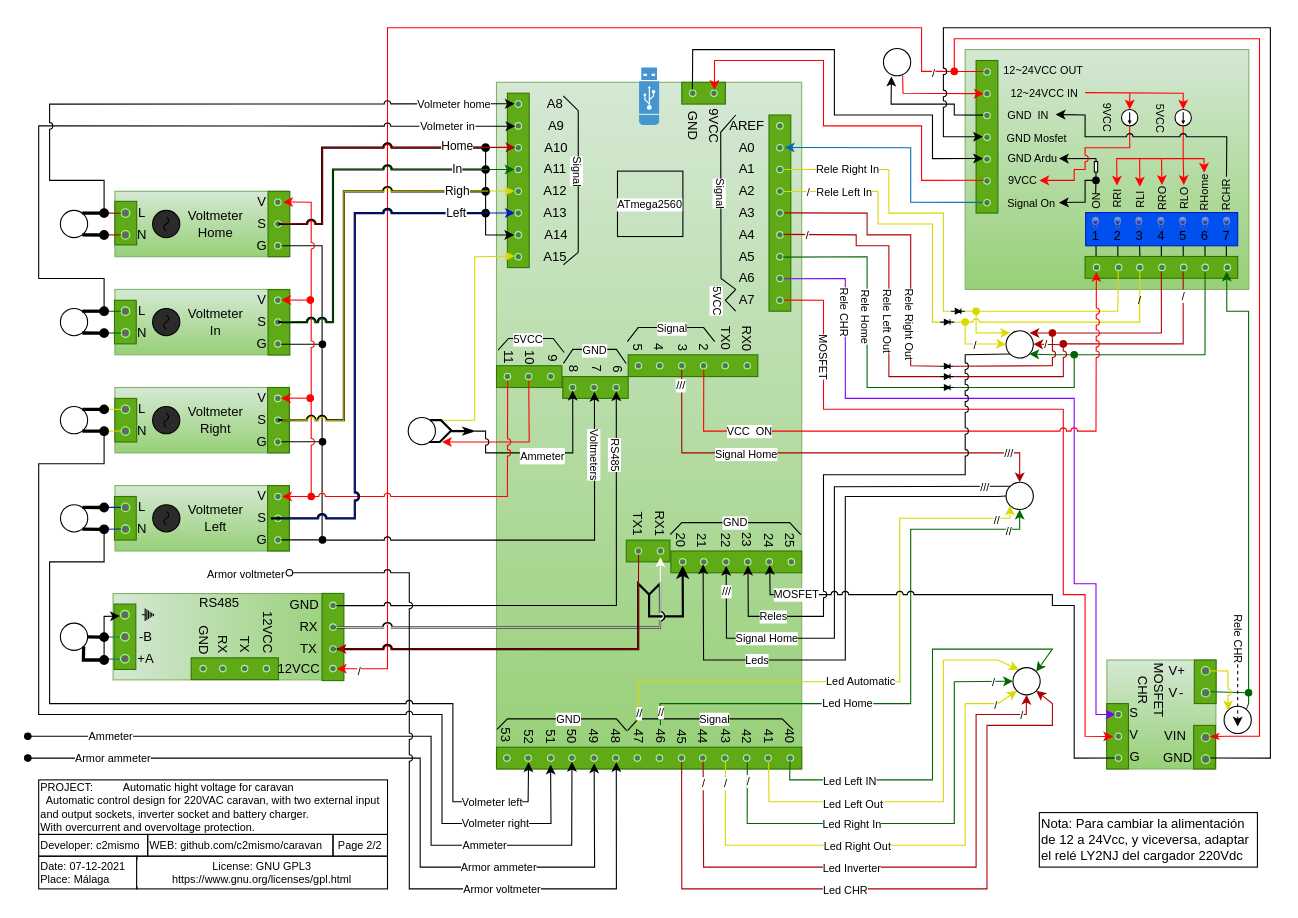
The draw.io diagram page "Página-2" (2 of 2) of high_voltage/documents/ElectricScheme/Electric_Scheme.drawio in c2mismo/caravan, before the edit. Source tidied: cells renumbered, new cells numbered last; positions are measured from the earlier drawing's top-left corner, leaving out a move shared by most shapes. Both pictures are drawn from the tidied source at 109%, with x=0, y=0 at pixel (27, 27).
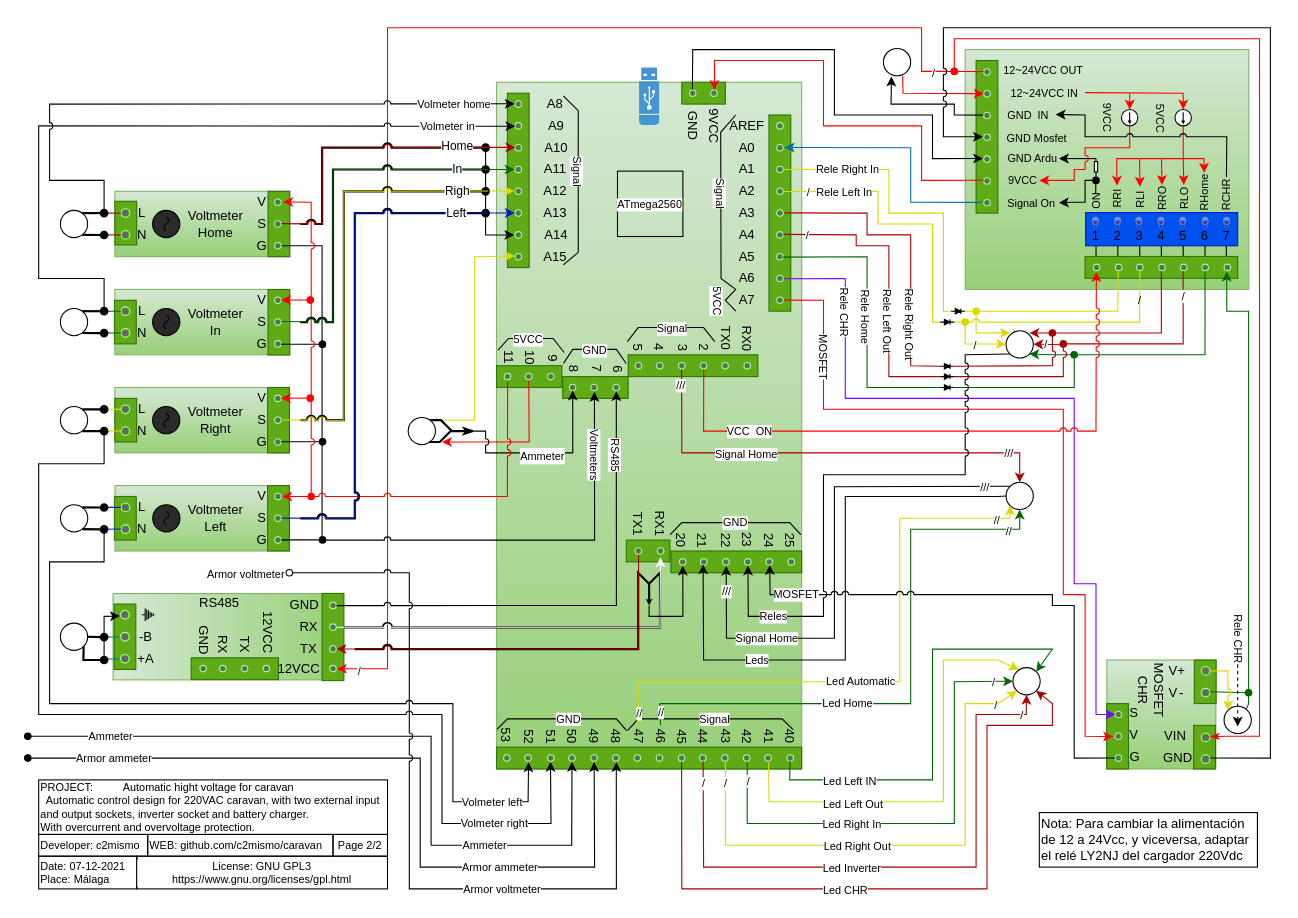
The same diagram, later.

Unchanged cells that the change refers to:
```xml
<mxCell id="68" style="dashed=0;labelPosition=right;align=left;shape=mxgraph.gmdl.radiobutton;strokeWidth=1;fontColor=#ffffff;strokeColor=#96FF9D;fillColor=#666666;" parent="1" vertex="1">
  <mxGeometry x="516.5" y="667" width="6" height="6" as="geometry" />
</mxCell>
<mxCell id="70" style="dashed=0;labelPosition=right;align=left;shape=mxgraph.gmdl.radiobutton;strokeWidth=1;fontColor=#ffffff;strokeColor=#96FF9D;fillColor=#666666;" parent="1" vertex="1">
  <mxGeometry x="476.8" y="667" width="6" height="6" as="geometry" />
</mxCell>
<mxCell id="84" style="dashed=0;labelPosition=right;align=left;shape=mxgraph.gmdl.radiobutton;strokeWidth=1;fontColor=#ffffff;strokeColor=#96FF9D;fillColor=#666666;" parent="1" vertex="1">
  <mxGeometry x="597.8" y="487" width="6" height="6" as="geometry" />
</mxCell>
<mxCell id="158" style="ellipse;whiteSpace=wrap;html=1;strokeColor=#000000;" parent="1" vertex="1">
  <mxGeometry x="29.9" y="546.2" width="25" height="25" as="geometry" />
</mxCell>
```

The edit, as a diff of the source:
```diff
@@
-    <mxCell id="401" style="endArrow=none;html=1;fontSize=10;startArrow=classic;startFill=1;rounded=0;endFill=0;strokeColor=#000000;jumpStyle=arc;fillColor=#1ba1e2;strokeWidth=2;exitX=0.494;exitY=1.071;exitDx=0;exitDy=0;exitPerimeter=0;" parent="1" edge="1" source="84">
+    <mxCell id="401" style="endArrow=none;html=1;fontSize=10;startArrow=classic;startFill=1;rounded=0;endFill=0;strokeColor=#000000;jumpStyle=arc;fillColor=#1ba1e2;strokeWidth=2;startSize=0;endSize=0;" parent="1" edge="1">
       <mxGeometry relative="1" as="geometry">
-        <mxPoint x="570" y="520" as="targetPoint" />
-        <Array as="points">
-          <mxPoint x="601" y="540" />
-          <mxPoint x="570" y="540" />
-        </Array>
+        <mxPoint x="570" y="530" as="sourcePoint" />
+        <mxPoint x="570" y="510" as="targetPoint" />
       </mxGeometry>
     </mxCell>
@@
     <mxCell id="413" style="endArrow=none;html=1;fontSize=10;startArrow=none;startFill=0;rounded=0;endFill=0;strokeColor=#000000;jumpStyle=arc;fillColor=#1ba1e2;strokeWidth=2;" parent="1" edge="1">
       <mxGeometry relative="1" as="geometry">
-        <mxPoint x="280" y="550" as="sourcePoint" />
-        <mxPoint x="580" y="510" as="targetPoint" />
+        <mxPoint x="290" y="550" as="sourcePoint" />
+        <mxPoint x="570" y="510" as="targetPoint" />
         <Array as="points">
           <mxPoint x="580" y="550" />
-          <mxPoint x="580" y="510" />
-          <mxPoint x="570" y="520" />
+          <mxPoint x="580" y="500" />
+          <mxPoint x="570" y="510" />
         </Array>
       </mxGeometry>
     </mxCell>
@@
-    <mxCell id="415" style="endArrow=none;html=1;fontSize=10;startArrow=none;startFill=0;rounded=0;endFill=0;strokeColor=#000000;jumpStyle=arc;fillColor=#1ba1e2;strokeWidth=2;" parent="1" edge="1">
+    <mxCell id="415" style="endArrow=none;html=1;fontSize=10;startArrow=none;startFill=0;rounded=0;endFill=0;strokeColor=#000000;jumpStyle=arc;fillColor=#1ba1e2;strokeWidth=2;startSize=4;endSize=4;" parent="1" edge="1">
       <mxGeometry relative="1" as="geometry">
-        <mxPoint x="280" y="570" as="sourcePoint" />
-        <mxPoint x="570" y="520" as="targetPoint" />
+        <mxPoint x="300" y="570" as="sourcePoint" />
+        <mxPoint x="570" y="510" as="targetPoint" />
         <Array as="points">
           <mxPoint x="560" y="570" />
-          <mxPoint x="560" y="510" />
-          <mxPoint x="570" y="520" />
+          <mxPoint x="560" y="500" />
+          <mxPoint x="570" y="510" />
         </Array>
       </mxGeometry>
     </mxCell>
@@
-    <mxCell id="436" style="endArrow=none;html=1;rounded=0;fontSize=12;fontColor=#FFFFFF;strokeColor=#000000;strokeWidth=3;endFill=0;startArrow=oval;startFill=1;" parent="1" edge="1">
+    <mxCell id="436" style="endArrow=none;html=1;rounded=0;fontSize=12;fontColor=#FFFFFF;strokeColor=#000000;strokeWidth=2;endFill=0;startArrow=oval;startFill=1;" parent="1" edge="1">
       <mxGeometry relative="1" as="geometry">
         <mxPoint x="70" y="440.1" as="sourcePoint" />
         <mxPoint x="50" y="440" as="targetPoint" />
       </mxGeometry>
     </mxCell>
-    <mxCell id="437" style="endArrow=none;html=1;rounded=0;fontSize=12;fontColor=#FFFFFF;strokeColor=#000000;strokeWidth=3;endFill=0;startArrow=oval;startFill=1;" parent="1" edge="1">
+    <mxCell id="437" style="endArrow=none;html=1;rounded=0;fontSize=12;fontColor=#FFFFFF;strokeColor=#000000;strokeWidth=2;endFill=0;startArrow=oval;startFill=1;" parent="1" edge="1">
       <mxGeometry relative="1" as="geometry">
         <mxPoint x="70" y="460.1" as="sourcePoint" />
         <mxPoint x="50" y="460" as="targetPoint" />
       </mxGeometry>
     </mxCell>
-    <mxCell id="438" style="endArrow=none;html=1;rounded=0;fontSize=12;fontColor=#FFFFFF;strokeColor=#000000;strokeWidth=3;endFill=0;startArrow=oval;startFill=1;entryX=1;entryY=0.5;entryDx=0;entryDy=0;" parent="1" edge="1" target="158">
+    <mxCell id="438" style="endArrow=none;html=1;rounded=0;fontSize=12;fontColor=#FFFFFF;strokeColor=#000000;strokeWidth=2;endFill=0;startArrow=oval;startFill=1;entryX=1;entryY=0.5;entryDx=0;entryDy=0;" parent="1" edge="1" target="158">
       <mxGeometry relative="1" as="geometry">
         <mxPoint x="70" y="559" as="sourcePoint" />
       </mxGeometry>
     </mxCell>
-    <mxCell id="439" style="endArrow=none;html=1;rounded=0;fontSize=12;fontColor=#FFFFFF;strokeColor=#000000;strokeWidth=3;entryX=1;entryY=1;entryDx=0;entryDy=0;endFill=0;startArrow=oval;startFill=1;" parent="1" edge="1" target="158">
+    <mxCell id="439" style="endArrow=none;html=1;rounded=0;fontSize=12;fontColor=#FFFFFF;strokeColor=#000000;strokeWidth=2;entryX=1;entryY=1;entryDx=0;entryDy=0;endFill=0;startArrow=oval;startFill=1;" parent="1" edge="1" target="158">
       <mxGeometry relative="1" as="geometry">
         <mxPoint x="70" y="580" as="sourcePoint" />
         <Array as="points">
           <mxPoint x="51" y="580" />
         </Array>
       </mxGeometry>
     </mxCell>
-    <mxCell id="440" style="endArrow=none;html=1;rounded=0;fontSize=12;fontColor=#FFFFFF;strokeColor=#000000;strokeWidth=3;endFill=0;startArrow=oval;startFill=1;" parent="1" edge="1">
+    <mxCell id="440" style="endArrow=none;html=1;rounded=0;fontSize=12;fontColor=#FFFFFF;strokeColor=#000000;strokeWidth=2;endFill=0;startArrow=oval;startFill=1;" parent="1" edge="1">
       <mxGeometry relative="1" as="geometry">
         <mxPoint x="70" y="370.1" as="sourcePoint" />
         <mxPoint x="50" y="370" as="targetPoint" />
       </mxGeometry>
     </mxCell>
-    <mxCell id="441" style="endArrow=none;html=1;rounded=0;fontSize=12;fontColor=#FFFFFF;strokeColor=#000000;strokeWidth=3;endFill=0;startArrow=oval;startFill=1;" parent="1" edge="1">
+    <mxCell id="441" style="endArrow=none;html=1;rounded=0;fontSize=12;fontColor=#FFFFFF;strokeColor=#000000;strokeWidth=2;endFill=0;startArrow=oval;startFill=1;" parent="1" edge="1">
       <mxGeometry relative="1" as="geometry">
         <mxPoint x="70" y="350.1" as="sourcePoint" />
         <mxPoint x="50" y="350" as="targetPoint" />
       </mxGeometry>
     </mxCell>
-    <mxCell id="442" style="endArrow=none;html=1;rounded=0;fontSize=12;fontColor=#FFFFFF;strokeColor=#000000;strokeWidth=3;endFill=0;startArrow=oval;startFill=1;" parent="1" edge="1">
+    <mxCell id="442" style="endArrow=none;html=1;rounded=0;fontSize=12;fontColor=#FFFFFF;strokeColor=#000000;strokeWidth=2;endFill=0;startArrow=oval;startFill=1;" parent="1" edge="1">
       <mxGeometry relative="1" as="geometry">
         <mxPoint x="70" y="280.1" as="sourcePoint" />
         <mxPoint x="50" y="280" as="targetPoint" />
       </mxGeometry>
     </mxCell>
-    <mxCell id="443" style="endArrow=none;html=1;rounded=0;fontSize=12;fontColor=#FFFFFF;strokeColor=#000000;strokeWidth=3;endFill=0;startArrow=oval;startFill=1;" parent="1" edge="1">
+    <mxCell id="443" style="endArrow=none;html=1;rounded=0;fontSize=12;fontColor=#FFFFFF;strokeColor=#000000;strokeWidth=2;endFill=0;startArrow=oval;startFill=1;" parent="1" edge="1">
       <mxGeometry relative="1" as="geometry">
         <mxPoint x="70" y="260" as="sourcePoint" />
         <mxPoint x="50" y="260" as="targetPoint" />
       </mxGeometry>
     </mxCell>
-    <mxCell id="444" style="endArrow=none;html=1;rounded=0;fontSize=12;fontColor=#FFFFFF;strokeColor=#000000;strokeWidth=3;endFill=0;startArrow=oval;startFill=1;" parent="1" edge="1">
+    <mxCell id="444" style="endArrow=none;html=1;rounded=0;fontSize=12;fontColor=#FFFFFF;strokeColor=#000000;strokeWidth=2;endFill=0;startArrow=oval;startFill=1;" parent="1" edge="1">
       <mxGeometry relative="1" as="geometry">
         <mxPoint x="70" y="170" as="sourcePoint" />
         <mxPoint x="50" y="170" as="targetPoint" />
       </mxGeometry>
     </mxCell>
-    <mxCell id="445" style="endArrow=none;html=1;rounded=0;fontSize=12;fontColor=#FFFFFF;strokeColor=#000000;strokeWidth=3;endFill=0;startArrow=oval;startFill=1;" parent="1" edge="1">
+    <mxCell id="445" style="endArrow=none;html=1;rounded=0;fontSize=12;fontColor=#FFFFFF;strokeColor=#000000;strokeWidth=2;endFill=0;startArrow=oval;startFill=1;" parent="1" edge="1">
       <mxGeometry relative="1" as="geometry">
         <mxPoint x="70" y="190.1" as="sourcePoint" />
         <mxPoint x="50" y="190" as="targetPoint" />
       </mxGeometry>
     </mxCell>
@@
     <mxCell id="461" style="endArrow=oval;html=1;fontSize=10;startArrow=none;startFill=0;rounded=0;endFill=1;strokeColor=#000000;jumpStyle=arc;fillColor=#1ba1e2;strokeWidth=2;" parent="1" edge="1">
       <mxGeometry relative="1" as="geometry">
-        <mxPoint x="230" y="180" as="sourcePoint" />
+        <mxPoint x="250" y="180" as="sourcePoint" />
         <mxPoint x="420" y="110" as="targetPoint" />
         <Array as="points">
           <mxPoint x="270" y="180" />
           <mxPoint x="270" y="110" />
         </Array>
       </mxGeometry>
     </mxCell>
@@
     <mxCell id="464" style="endArrow=oval;html=1;fontSize=10;startArrow=none;startFill=0;rounded=0;endFill=1;strokeColor=#000000;jumpStyle=arc;fillColor=#1ba1e2;strokeWidth=2;" parent="1" edge="1">
       <mxGeometry relative="1" as="geometry">
-        <mxPoint x="230" y="270" as="sourcePoint" />
+        <mxPoint x="250" y="270" as="sourcePoint" />
         <mxPoint x="420" y="130" as="targetPoint" />
         <Array as="points">
           <mxPoint x="280" y="270" />
           <mxPoint x="280" y="130" />
         </Array>
       </mxGeometry>
     </mxCell>
@@
     <mxCell id="467" style="endArrow=oval;html=1;fontSize=10;startArrow=none;startFill=0;rounded=0;endFill=1;strokeColor=#000000;jumpStyle=arc;fillColor=#1ba1e2;strokeWidth=2;" parent="1" edge="1">
       <mxGeometry relative="1" as="geometry">
-        <mxPoint x="230" y="360" as="sourcePoint" />
+        <mxPoint x="250" y="360" as="sourcePoint" />
         <mxPoint x="420" y="150" as="targetPoint" />
         <Array as="points">
           <mxPoint x="290" y="360" />
           <mxPoint x="290" y="150" />
         </Array>
       </mxGeometry>
     </mxCell>
@@
     <mxCell id="470" style="endArrow=oval;html=1;fontSize=10;startArrow=none;startFill=0;rounded=0;endFill=1;strokeColor=#000000;jumpStyle=arc;fillColor=#1ba1e2;strokeWidth=2;" parent="1" edge="1">
       <mxGeometry relative="1" as="geometry">
-        <mxPoint x="223" y="450" as="sourcePoint" />
+        <mxPoint x="250" y="450" as="sourcePoint" />
         <mxPoint x="420" y="170" as="targetPoint" />
         <Array as="points">
           <mxPoint x="300" y="450" />
           <mxPoint x="300" y="170" />
         </Array>
       </mxGeometry>
     </mxCell>
@@
-    <mxCell id="474" style="endArrow=classic;html=1;fontSize=10;startArrow=oval;startFill=1;rounded=0;endFill=1;strokeColor=#000000;jumpStyle=arc;entryX=0.512;entryY=1.31;entryDx=0;entryDy=0;entryPerimeter=0;" parent="1" edge="1" target="68">
+    <mxCell id="474" style="endArrow=classic;html=1;fontSize=10;startArrow=oval;startFill=1;rounded=0;endFill=1;strokeColor=#000000;jumpStyle=arc;entryX=0.514;entryY=1.105;entryDx=0;entryDy=0;entryPerimeter=0;" parent="1" edge="1" target="68">
       <mxGeometry relative="1" as="geometry">
         <mxPoint y="670" as="sourcePoint" />
         <Array as="points">
           <mxPoint x="360" y="670" />
           <mxPoint x="360" y="770" />
           <mxPoint x="520" y="770" />
         </Array>
       </mxGeometry>
     </mxCell>
@@
-    <mxCell id="483" style="endArrow=classic;html=1;fontSize=10;startArrow=none;startFill=0;rounded=0;endFill=1;strokeColor=#000000;jumpStyle=arc;entryX=0.47;entryY=1.5;entryDx=0;entryDy=0;entryPerimeter=0;" parent="1" edge="1" target="70">
+    <mxCell id="483" style="endArrow=classic;html=1;fontSize=10;startArrow=none;startFill=0;rounded=0;endFill=1;strokeColor=#000000;jumpStyle=arc;entryX=0.456;entryY=1.081;entryDx=0;entryDy=0;entryPerimeter=0;" parent="1" edge="1" target="70">
       <mxGeometry relative="1" as="geometry">
         <mxPoint x="70" y="370" as="sourcePoint" />
         <Array as="points">
           <mxPoint x="70" y="400" />
           <mxPoint x="10" y="400" />
           <mxPoint x="10" y="630" />
           <mxPoint x="380" y="630" />
           <mxPoint x="380" y="730" />
           <mxPoint x="480" y="730" />
         </Array>
       </mxGeometry>
     </mxCell>
@@
+    <mxCell id="491" style="endArrow=classic;html=1;rounded=0;startSize=6;endSize=6;strokeWidth=1;strokeColor=#000000;endFill=1;entryX=0.522;entryY=1.089;entryDx=0;entryDy=0;entryPerimeter=0;" parent="1" edge="1" target="84">
+      <mxGeometry relative="1" as="geometry">
+        <mxPoint x="570" y="530" as="sourcePoint" />
+        <Array as="points">
+          <mxPoint x="570" y="540" />
+          <mxPoint x="601" y="540" />
+          <mxPoint x="601" y="530" />
+        </Array>
+      </mxGeometry>
+    </mxCell>
```
